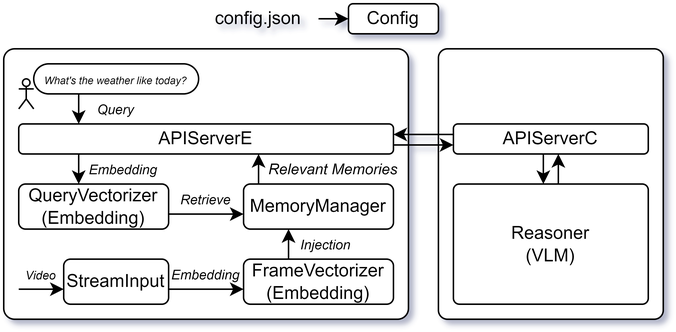
Before: resource/image/workflow.png, a diagram exported from draw.io (ysyisyourbrother/HelloWorld). Source tidied: cells renumbered, new cells last; positions are measured from the earlier drawing's top-left corner, leaving out a move shared by most shapes.
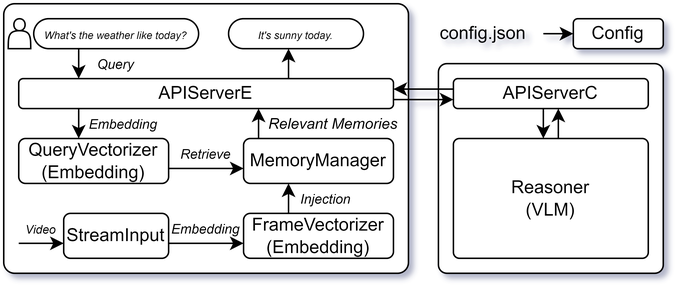
Later version of the same file.

Commit message:
feat(workflow): 更新工作流程图

Change to the diagram source:
```diff
@@ -9,7 +9,7 @@
       <mxGeometry x="170" y="100" width="100" height="20" as="geometry" />
     </mxCell>
     <mxCell id="4" style="rounded=1;whiteSpace=wrap;html=1;arcSize=4;" parent="1" vertex="1">
-      <mxGeometry x="290" y="30" width="150" height="180" as="geometry" />
+      <mxGeometry x="290" y="70" width="150" height="140" as="geometry" />
     </mxCell>
     <mxCell id="5" value="&lt;font style=&quot;font-size: 9px;&quot;&gt;&lt;i&gt;Retrieve&lt;/i&gt;&lt;/font&gt;" style="text;html=1;align=center;verticalAlign=middle;whiteSpace=wrap;rounded=0;" parent="1" vertex="1">
       <mxGeometry x="110" y="120" width="50" height="20" as="geometry" />
@@ -27,15 +27,15 @@
       </mxGeometry>
     </mxCell>
     <mxCell id="9" value="config.json" style="text;html=1;align=center;verticalAlign=middle;whiteSpace=wrap;rounded=0;" parent="1" vertex="1">
-      <mxGeometry x="140" width="60" height="20" as="geometry" />
+      <mxGeometry x="290" y="40" width="60" height="20" as="geometry" />
     </mxCell>
     <mxCell id="10" value="Config" style="rounded=1;whiteSpace=wrap;html=1;" parent="1" vertex="1">
-      <mxGeometry x="230" width="60" height="20" as="geometry" />
+      <mxGeometry x="380" y="40" width="60" height="20" as="geometry" />
     </mxCell>
     <mxCell id="11" style="endArrow=classic;html=1;rounded=0;" parent="1" edge="1">
       <mxGeometry relative="1" as="geometry">
-        <mxPoint x="210" y="10" as="sourcePoint" />
-        <mxPoint x="230" y="10" as="targetPoint" />
+        <mxPoint x="360" y="50" as="sourcePoint" />
+        <mxPoint x="380" y="50" as="targetPoint" />
       </mxGeometry>
     </mxCell>
     <mxCell id="12" value="FrameVectorizer&lt;div&gt;(Embedding)&lt;/div&gt;" style="rounded=1;whiteSpace=wrap;html=1;" parent="1" vertex="1">
@@ -71,9 +71,6 @@
     <mxCell id="19" value="&lt;font style=&quot;font-size: 9px;&quot;&gt;&lt;i&gt;Query&lt;/i&gt;&lt;/font&gt;" style="text;html=1;align=center;verticalAlign=middle;whiteSpace=wrap;rounded=0;" parent="1" vertex="1">
       <mxGeometry x="50" y="60" width="50" height="20" as="geometry" />
     </mxCell>
-    <mxCell id="20" style="shape=umlActor;verticalLabelPosition=bottom;verticalAlign=top;html=1;" parent="1" vertex="1">
-      <mxGeometry x="10" y="50" width="10" height="20" as="geometry" />
-    </mxCell>
     <mxCell id="21" value="&lt;font style=&quot;font-size: 7px;&quot;&gt;&lt;i style=&quot;&quot;&gt;What's the weather like today?&lt;/i&gt;&lt;/font&gt;" style="whiteSpace=wrap;html=1;rounded=1;arcSize=50;align=center;verticalAlign=middle;strokeWidth=1;spacing=4;newEdgeStyle={&quot;edgeStyle&quot;:&quot;entityRelationEdgeStyle&quot;,&quot;startArrow&quot;:&quot;none&quot;,&quot;endArrow&quot;:&quot;none&quot;,&quot;segment&quot;:10,&quot;curved&quot;:1,&quot;sourcePerimeterSpacing&quot;:0,&quot;targetPerimeterSpacing&quot;:0};" parent="1" vertex="1">
       <mxGeometry x="20" y="40" width="110" height="20" as="geometry" />
     </mxCell>
@@ -134,5 +131,17 @@
         <mxPoint x="370" y="100" as="targetPoint" />
       </mxGeometry>
     </mxCell>
+    <mxCell id="34" style="endArrow=classic;html=1;rounded=0;" parent="1" edge="1">
+      <mxGeometry relative="1" as="geometry">
+        <mxPoint x="190" y="80" as="sourcePoint" />
+        <mxPoint x="190" y="60" as="targetPoint" />
+      </mxGeometry>
+    </mxCell>
+    <mxCell id="35" value="&lt;span style=&quot;font-size: 7px;&quot;&gt;&lt;i&gt;It's sunny today.&lt;/i&gt;&lt;/span&gt;" style="whiteSpace=wrap;html=1;rounded=1;arcSize=50;align=center;verticalAlign=middle;strokeWidth=1;spacing=4;newEdgeStyle={&quot;edgeStyle&quot;:&quot;entityRelationEdgeStyle&quot;,&quot;startArrow&quot;:&quot;none&quot;,&quot;endArrow&quot;:&quot;none&quot;,&quot;segment&quot;:10,&quot;curved&quot;:1,&quot;sourcePerimeterSpacing&quot;:0,&quot;targetPerimeterSpacing&quot;:0};" parent="1" vertex="1">
+      <mxGeometry x="150" y="40" width="90" height="20" as="geometry" />
+    </mxCell>
+    <mxCell id="36" style="shape=actor;whiteSpace=wrap;html=1;" parent="1" vertex="1">
+      <mxGeometry x="3" y="40" width="15" height="20" as="geometry" />
+    </mxCell>
   </root>
 </mxGraphModel>
```
